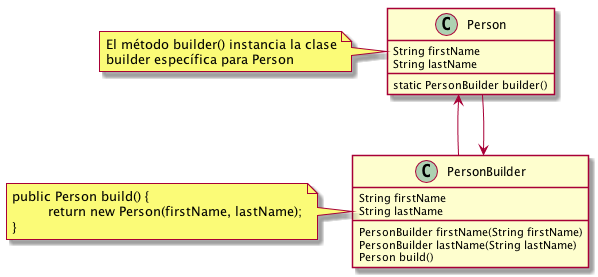
The PlantUML diagram plantuml/builder.png in sauljabin/java-design-patterns, before a commit.
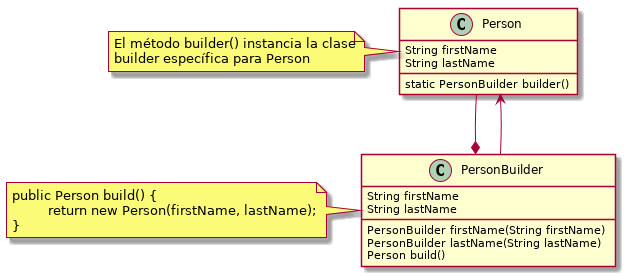
The same diagram one commit later.

Diff of the diagram source:
```diff
@@ -14,8 +14,8 @@
 Person build()
 }
 
-PersonBuilder -up-> Person
-PersonBuilder <-- Person
+PersonBuilder *-up- Person
+PersonBuilder --> Person
 
 note "El método builder() instancia la clase\nbuilder específica para Person" as PersonNote
 PersonNote .r. Person
```
